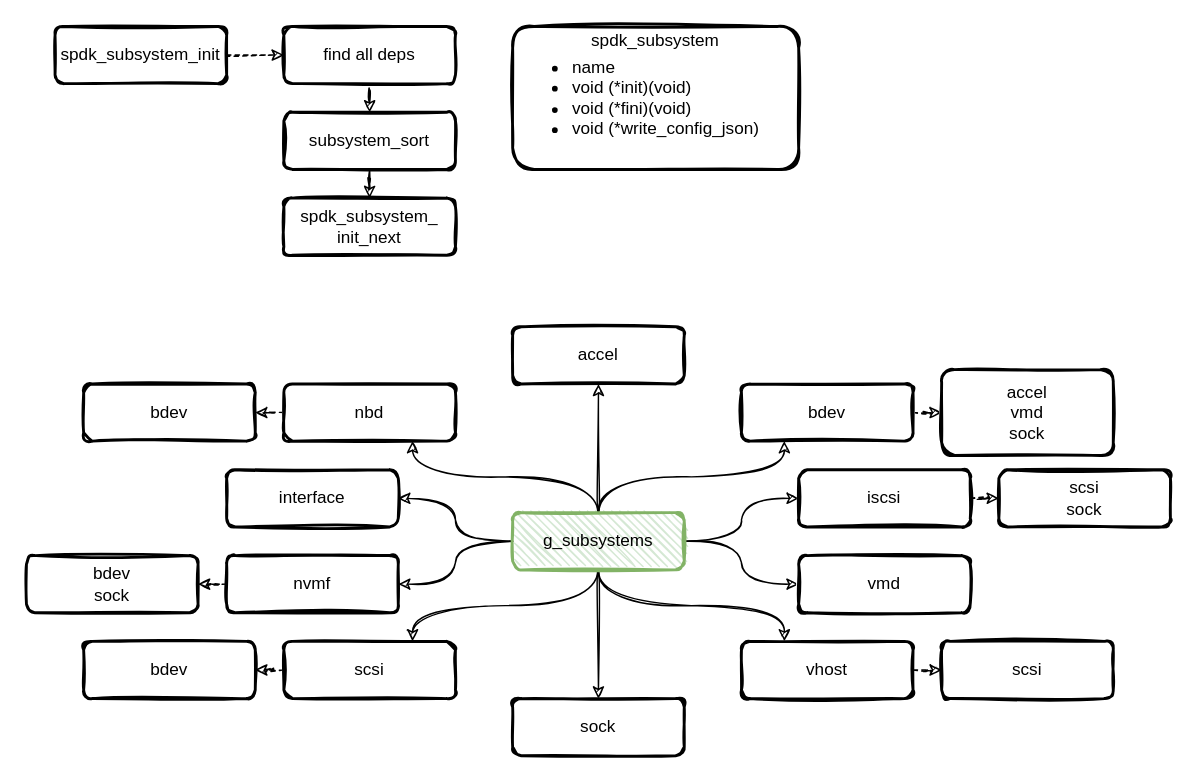
Above: page "subsystem" (6 of 7) of spdk/spdk.drawio in EarthWind/deeparch (draw.io), before the change. Source tidied: cells renumbered, new cells numbered last; positions are measured from the earlier drawing's top-left corner, leaving out a move shared by most shapes. Both pictures are drawn from the tidied source at 143%, with x=0, y=0 at pixel (26, 26).
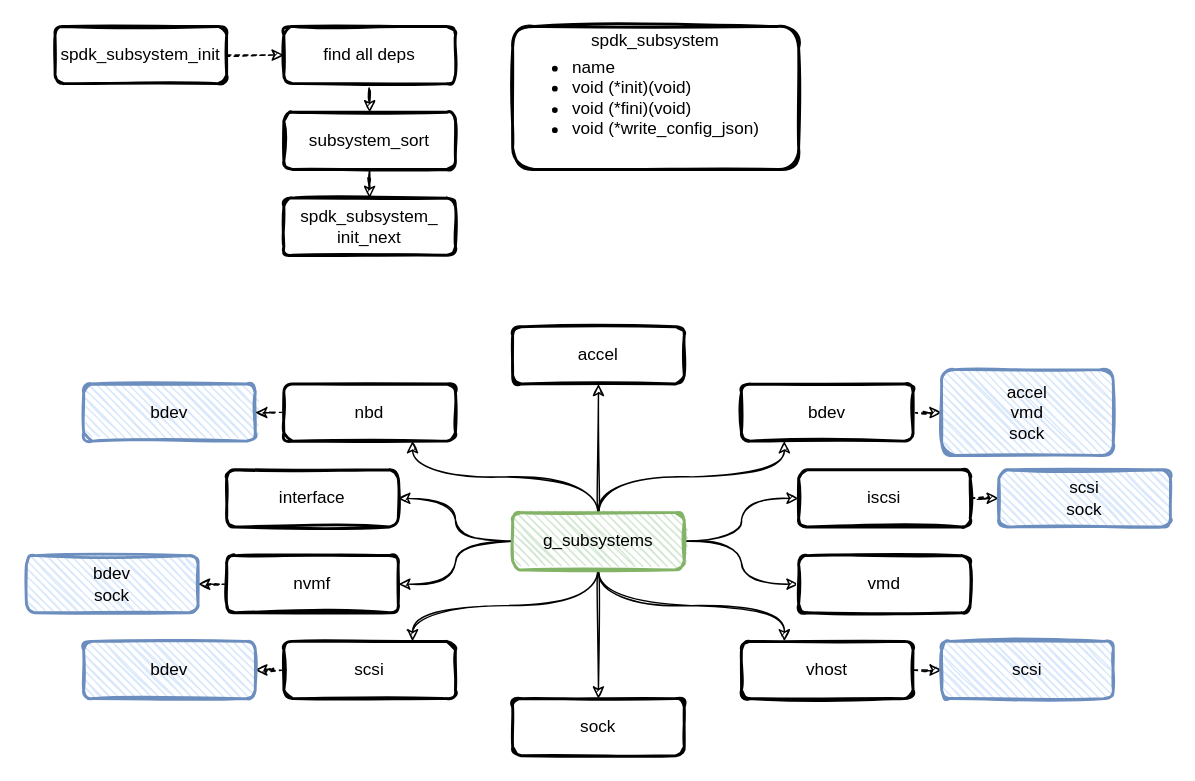
Above is the later version.

Diff of the diagram source:
```diff
@@
-    <mxCell id="28" value="accel&lt;br&gt;vmd&lt;br&gt;sock" style="rounded=1;whiteSpace=wrap;html=1;strokeWidth=2;fillWeight=4;hachureGap=8;hachureAngle=45;sketch=1;fillColor=#FFFFFF;" parent="1" vertex="1">
+    <mxCell id="28" value="accel&lt;br&gt;vmd&lt;br&gt;sock" style="rounded=1;whiteSpace=wrap;html=1;strokeWidth=2;fillWeight=1;hachureGap=4;hachureAngle=45;sketch=1;fillColor=#dae8fc;strokeColor=#6c8ebf;fontColor=default;" parent="1" vertex="1">
       <mxGeometry x="640" y="240" width="120" height="60" as="geometry" />
     </mxCell>
-    <mxCell id="29" value="scsi&lt;br&gt;sock" style="rounded=1;whiteSpace=wrap;html=1;strokeWidth=2;fillWeight=4;hachureGap=8;hachureAngle=45;sketch=1;fillColor=#FFFFFF;" parent="1" vertex="1">
+    <mxCell id="29" value="scsi&lt;br&gt;sock" style="rounded=1;whiteSpace=wrap;html=1;strokeWidth=2;fillWeight=1;hachureGap=4;hachureAngle=45;sketch=1;fillColor=#dae8fc;strokeColor=#6c8ebf;fontColor=default;" parent="1" vertex="1">
       <mxGeometry x="680" y="310" width="120" height="40" as="geometry" />
     </mxCell>
-    <mxCell id="30" value="&lt;font face=&quot;helvetica&quot;&gt;bdev&lt;/font&gt;" style="rounded=1;whiteSpace=wrap;html=1;strokeWidth=2;fillWeight=4;hachureGap=8;hachureAngle=45;sketch=1;fillColor=#FFFFFF;" parent="1" vertex="1">
+    <mxCell id="30" value="&lt;font face=&quot;helvetica&quot;&gt;bdev&lt;/font&gt;" style="rounded=1;whiteSpace=wrap;html=1;strokeWidth=2;fillWeight=1;hachureGap=4;hachureAngle=45;sketch=1;fillColor=#dae8fc;strokeColor=#6c8ebf;fontColor=default;" parent="1" vertex="1">
       <mxGeometry x="40" y="250" width="120" height="40" as="geometry" />
     </mxCell>
@@
-    <mxCell id="36" value="bdev&lt;br&gt;sock" style="rounded=1;whiteSpace=wrap;html=1;strokeWidth=2;fillWeight=4;hachureGap=8;hachureAngle=45;sketch=1;fillColor=#FFFFFF;" parent="1" vertex="1">
+    <mxCell id="36" value="bdev&lt;br&gt;sock" style="rounded=1;whiteSpace=wrap;html=1;strokeWidth=2;fillWeight=1;hachureGap=4;hachureAngle=45;sketch=1;fillColor=#dae8fc;strokeColor=#6c8ebf;fontColor=default;" parent="1" vertex="1">
       <mxGeometry y="370" width="120" height="40" as="geometry" />
     </mxCell>
@@
-    <mxCell id="39" value="&lt;font face=&quot;helvetica&quot;&gt;bdev&lt;/font&gt;" style="rounded=1;whiteSpace=wrap;html=1;strokeWidth=2;fillWeight=4;hachureGap=8;hachureAngle=45;sketch=1;fillColor=#FFFFFF;" parent="1" vertex="1">
+    <mxCell id="39" value="&lt;font face=&quot;helvetica&quot;&gt;bdev&lt;/font&gt;" style="rounded=1;whiteSpace=wrap;html=1;strokeWidth=2;fillWeight=1;hachureGap=4;hachureAngle=45;sketch=1;fillColor=#dae8fc;strokeColor=#6c8ebf;fontColor=default;" parent="1" vertex="1">
       <mxGeometry x="40" y="430" width="120" height="40" as="geometry" />
     </mxCell>
@@
-    <mxCell id="43" value="scsi" style="rounded=1;whiteSpace=wrap;html=1;strokeWidth=2;fillWeight=4;hachureGap=8;hachureAngle=45;sketch=1;fillColor=#FFFFFF;" parent="1" vertex="1">
+    <mxCell id="43" value="scsi" style="rounded=1;whiteSpace=wrap;html=1;strokeWidth=2;fillWeight=1;hachureGap=4;hachureAngle=45;sketch=1;fillColor=#dae8fc;strokeColor=#6c8ebf;fontColor=default;" parent="1" vertex="1">
       <mxGeometry x="640" y="430" width="120" height="40" as="geometry" />
     </mxCell>
```
